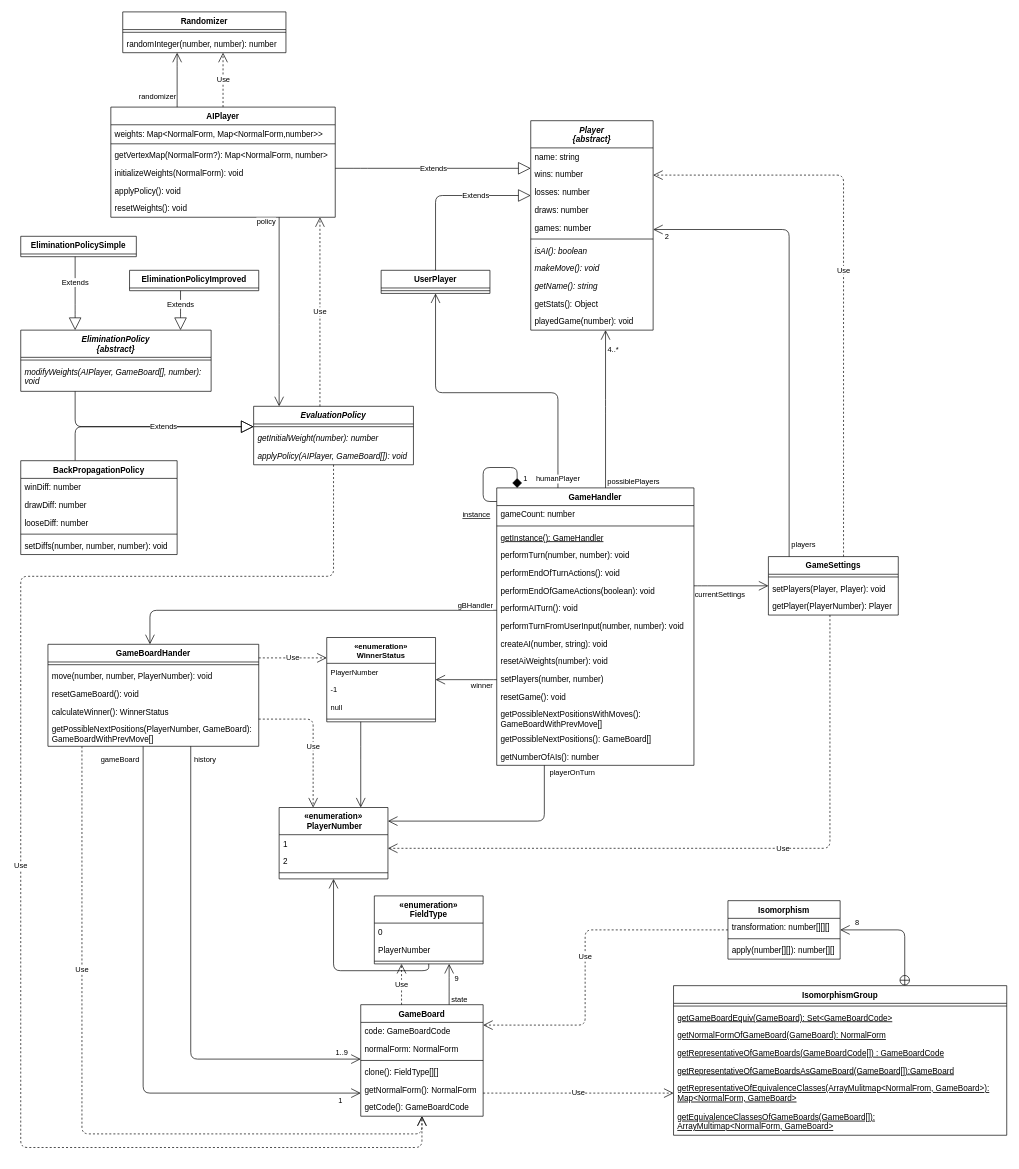
idlaviV/TIKTacToe keeps this draw.io diagram as ProductBacklog/Klassendiagramme/Klassendiagramm.drawio. Above is the earlier version. Source tidied: cells renumbered, new cells numbered last; positions are measured from the earlier drawing's top-left corner, leaving out a move shared by most shapes. Both pictures are drawn from the tidied source at 68%, with x=0, y=0 at pixel (20, 12).
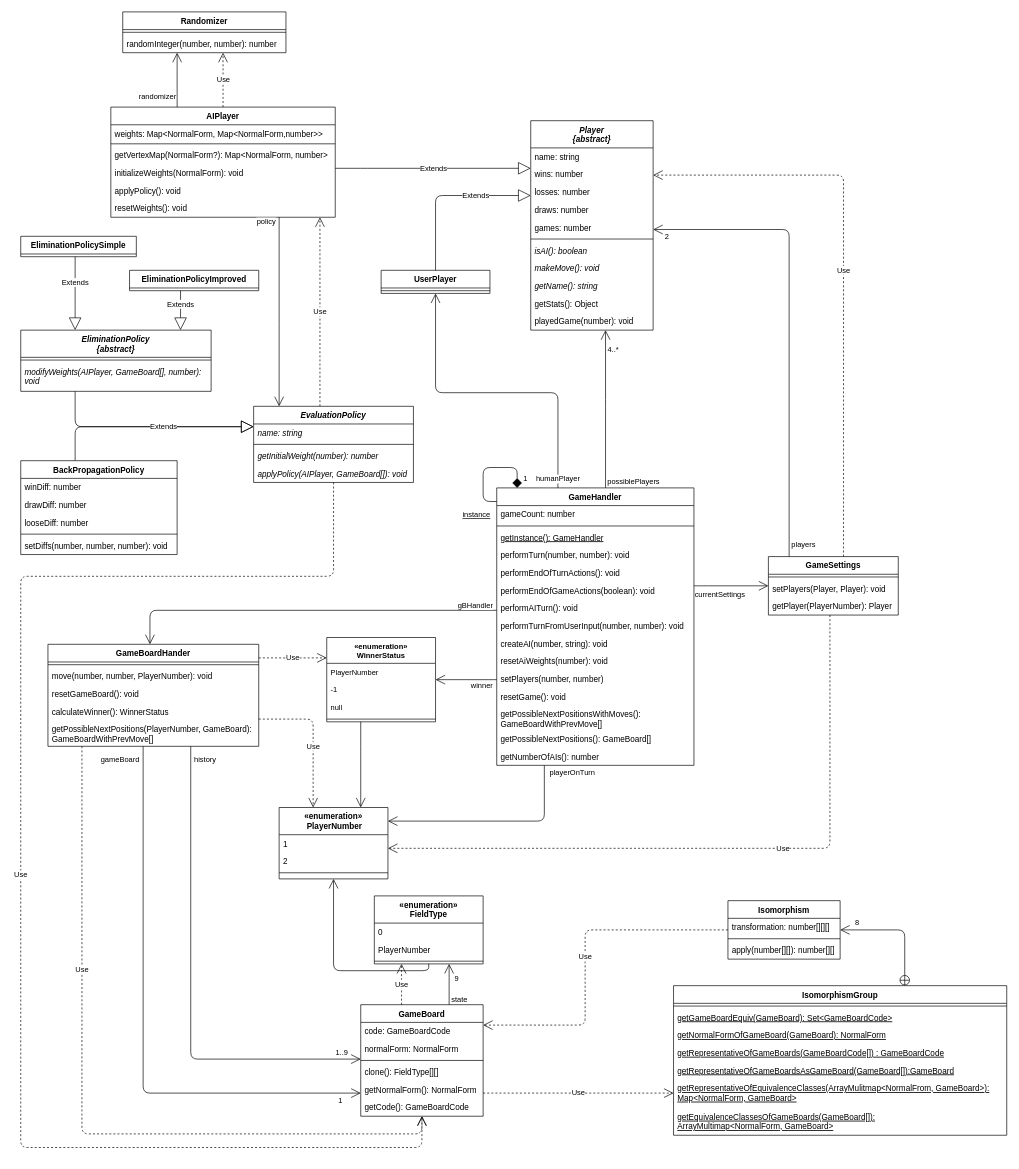
Above is the later version.

Change to the diagram source:
```diff
@@
     <mxCell id="121" value="EvaluationPolicy" style="swimlane;fontStyle=3;align=center;verticalAlign=top;horizontal=1;startSize=26;" parent="1" vertex="1">
-      <mxGeometry x="342.5" y="580" width="235" height="86" as="geometry" />
+      <mxGeometry x="342.5" y="580" width="235" height="112" as="geometry" />
     </mxCell>
+    <mxCell id="150" value="name: string" style="text;strokeColor=none;fillColor=none;align=left;verticalAlign=top;spacingLeft=4;spacingRight=4;overflow=hidden;fontStyle=2;" parent="121" vertex="1">
+      <mxGeometry y="26" width="235" height="26" as="geometry" />
+    </mxCell>
     <mxCell id="122" style="line;strokeWidth=1;fillColor=none;align=left;verticalAlign=middle;spacingTop=-1;spacingLeft=3;spacingRight=3;labelPosition=right;strokeColor=inherit;" parent="121" vertex="1">
-      <mxGeometry y="26" width="235" height="8" as="geometry" />
+      <mxGeometry y="52" width="235" height="8" as="geometry" />
     </mxCell>
     <mxCell id="123" value="getInitialWeight(number): number" style="text;strokeColor=none;fillColor=none;align=left;verticalAlign=top;spacingLeft=4;spacingRight=4;overflow=hidden;fontStyle=2;" parent="121" vertex="1">
-      <mxGeometry y="34" width="235" height="26" as="geometry" />
+      <mxGeometry y="60" width="235" height="26" as="geometry" />
     </mxCell>
     <mxCell id="124" value="applyPolicy(AIPlayer, GameBoard[]): void" style="text;strokeColor=none;fillColor=none;align=left;verticalAlign=top;spacingLeft=4;spacingRight=4;overflow=hidden;fontStyle=2;" parent="121" vertex="1">
-      <mxGeometry y="60" width="235" height="26" as="geometry" />
+      <mxGeometry y="86" width="235" height="26" as="geometry" />
     </mxCell>
```
